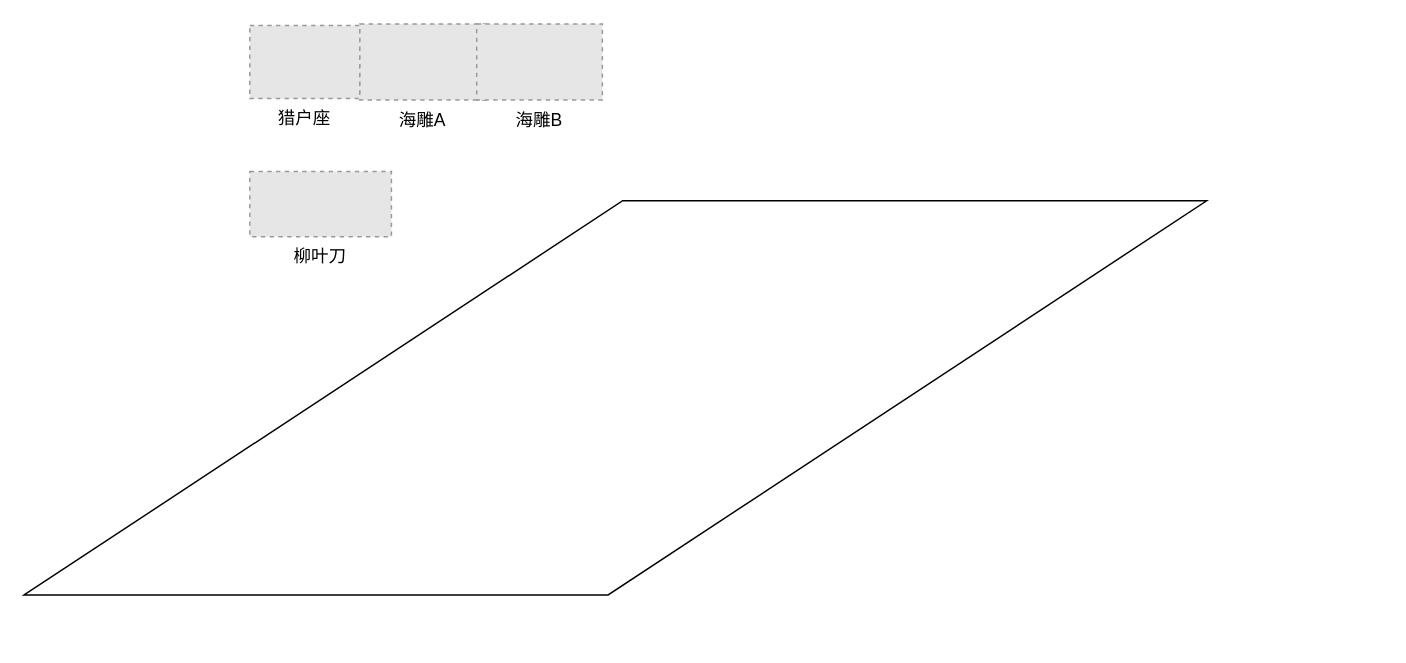
Earlier version of the draw.io diagram WeaponProject.drawio (ClancyAyres/visio). Source tidied: cells renumbered, new cells numbered last; positions are measured from the earlier drawing's top-left corner, leaving out a move shared by most shapes. Both pictures are drawn from the tidied source at 146%, with x=0, y=0 at pixel (23, 23). Pictures stored in the file or linked from it are replaced by grey dashed boxes.
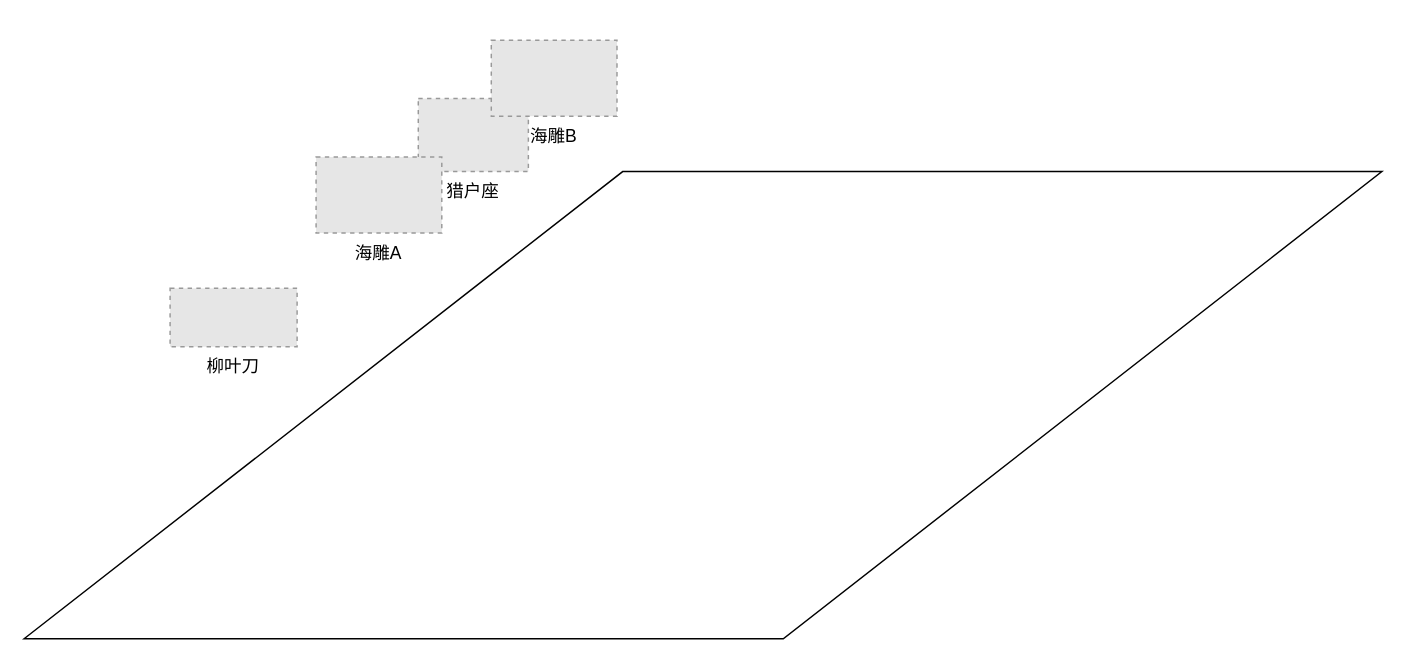
The same diagram, later.

Change to the diagram source:
```diff
@@
 <mxGraphModel>
   <root>
     <mxCell id="0" />
     <mxCell id="1" parent="0" />
     <mxCell id="2" value="猎户座" style="fillColor=#E6E6E6;strokeColor=#999999;dashed=1;verticalLabelPosition=bottom;labelBackgroundColor=default;verticalAlign=top;" parent="1" vertex="1">
-      <mxGeometry x="154.6" y="1" width="75.4" height="50" as="geometry" />
+      <mxGeometry x="270" y="51" width="75.4" height="50" as="geometry" />
     </mxCell>
     <mxCell id="3" value="海雕A" style="fillColor=#E6E6E6;strokeColor=#999999;dashed=1;verticalLabelPosition=bottom;labelBackgroundColor=default;verticalAlign=top;" parent="1" vertex="1">
-      <mxGeometry x="230" y="-0.1" width="86.1" height="52.1" as="geometry" />
+      <mxGeometry x="200" y="91" width="86.1" height="52.1" as="geometry" />
     </mxCell>
     <mxCell id="4" value="海雕B" style="fillColor=#E6E6E6;strokeColor=#999999;dashed=1;verticalLabelPosition=bottom;labelBackgroundColor=default;verticalAlign=top;" parent="1" vertex="1">
-      <mxGeometry x="310" y="-0.1" width="86.1" height="52.1" as="geometry" />
+      <mxGeometry x="320" y="11" width="86.1" height="52.1" as="geometry" />
     </mxCell>
-    <mxCell id="5" style="shape=parallelogram;perimeter=parallelogramPerimeter;whiteSpace=wrap;html=1;fixedSize=1;size=410;fillColor=none;" parent="1" vertex="1">
-      <mxGeometry y="121" width="810" height="270" as="geometry" />
+    <mxCell id="5" style="shape=parallelogram;perimeter=parallelogramPerimeter;whiteSpace=wrap;html=1;fixedSize=1;size=410;fillColor=default;gradientColor=none;" parent="1" vertex="1">
+      <mxGeometry y="101" width="930" height="320" as="geometry" />
     </mxCell>
     <mxCell id="6" value="柳叶刀" style="fillColor=#E6E6E6;strokeColor=#999999;dashed=1;verticalLabelPosition=bottom;labelBackgroundColor=default;verticalAlign=top;" parent="1" vertex="1">
-      <mxGeometry x="154.6" y="101" width="97" height="44.6" as="geometry" />
+      <mxGeometry x="100" y="181" width="87" height="40" as="geometry" />
     </mxCell>
   </root>
 </mxGraphModel>
```
